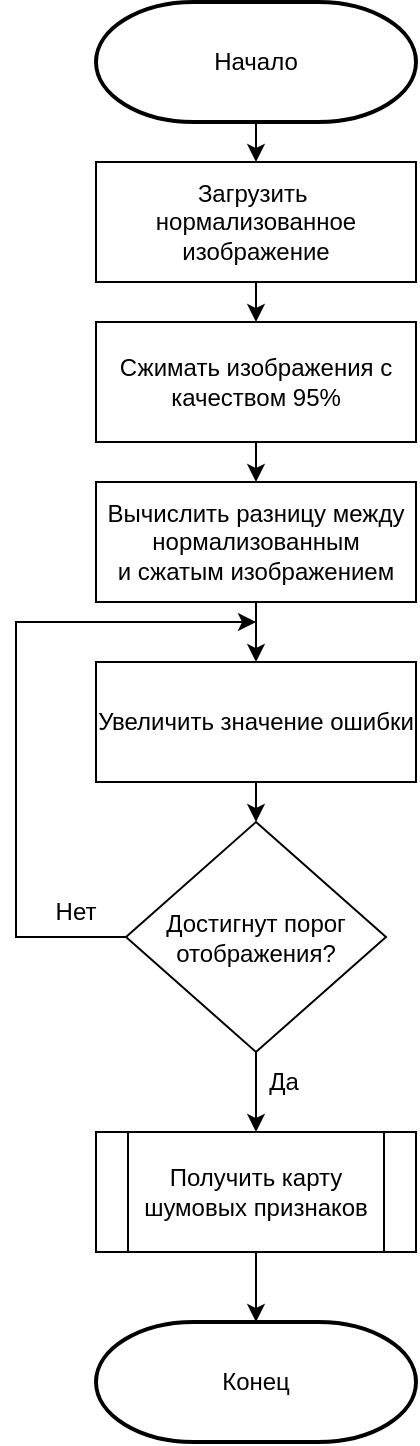
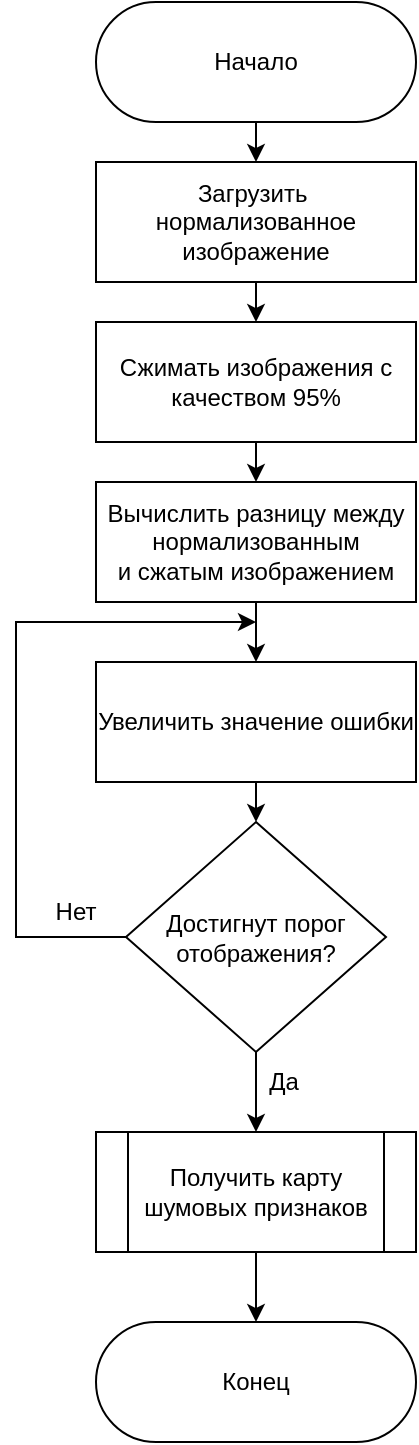
<mxfile host="app.diagrams.net" pages="8">
  <diagram name="Page-1" id="5f_jr6UWxS-_6FZO3qs_">
-     <mxGraphModel dx="642" dy="377" grid="1" gridSize="10" guides="1" tooltips="1" connect="1" arrows="1" fold="1" page="1" pageScale="1" pageWidth="827" pageHeight="1169" math="0" shadow="0">
+     <mxGraphModel dx="1355" dy="833" grid="1" gridSize="10" guides="1" tooltips="1" connect="1" arrows="1" fold="1" page="1" pageScale="1" pageWidth="827" pageHeight="1169" math="0" shadow="0">
      <root>
        <mxCell id="0" />
        <mxCell id="1" parent="0" />
-         <mxCell id="iaA5_6DPOr1e64id2T_v-5" edge="1" parent="1" source="iaA5_6DPOr1e64id2T_v-1" style="edgeStyle=orthogonalEdgeStyle;rounded=0;orthogonalLoop=1;jettySize=auto;html=1;exitX=0.5;exitY=1;exitDx=0;exitDy=0;exitPerimeter=0;entryX=0.5;entryY=0;entryDx=0;entryDy=0;">
-           <mxGeometry relative="1" as="geometry">
+         <mxCell id="iaA5_6DPOr1e64id2T_v-5" edge="1" parent="1" style="edgeStyle=orthogonalEdgeStyle;rounded=0;orthogonalLoop=1;jettySize=auto;html=1;exitX=0.5;exitY=1;exitDx=0;exitDy=0;exitPerimeter=0;entryX=0.5;entryY=0;entryDx=0;entryDy=0;">
+           <mxGeometry relative="1" as="geometry">
+             <mxPoint x="400" y="80" as="sourcePoint" />
            <mxPoint x="400" y="100" as="targetPoint" />
          </mxGeometry>
-         </mxCell>
-         <mxCell id="iaA5_6DPOr1e64id2T_v-1" parent="1" style="strokeWidth=2;html=1;shape=mxgraph.flowchart.terminator;whiteSpace=wrap;" value="Начало" vertex="1">
-           <mxGeometry height="60" width="160" x="320" y="20" as="geometry" />
-         </mxCell>
-         <mxCell id="iaA5_6DPOr1e64id2T_v-2" parent="1" style="strokeWidth=2;html=1;shape=mxgraph.flowchart.terminator;whiteSpace=wrap;" value="Конец" vertex="1">
-           <mxGeometry height="60" width="160" x="320" y="680" as="geometry" />
        </mxCell>
        <mxCell id="iaA5_6DPOr1e64id2T_v-11" edge="1" parent="1" style="edgeStyle=orthogonalEdgeStyle;rounded=0;orthogonalLoop=1;jettySize=auto;html=1;exitX=0.5;exitY=1;exitDx=0;exitDy=0;entryX=0.5;entryY=0;entryDx=0;entryDy=0;" target="iaA5_6DPOr1e64id2T_v-6">
          <mxGeometry relative="1" as="geometry">
            <mxPoint x="400" y="160" as="sourcePoint" />
          </mxGeometry>
        </mxCell>
        <mxCell id="iaA5_6DPOr1e64id2T_v-12" edge="1" parent="1" source="iaA5_6DPOr1e64id2T_v-6" style="edgeStyle=orthogonalEdgeStyle;rounded=0;orthogonalLoop=1;jettySize=auto;html=1;exitX=0.5;exitY=1;exitDx=0;exitDy=0;entryX=0.5;entryY=0;entryDx=0;entryDy=0;" target="iaA5_6DPOr1e64id2T_v-7">
          <mxGeometry relative="1" as="geometry" />
        </mxCell>
        <mxCell id="iaA5_6DPOr1e64id2T_v-6" parent="1" style="rounded=0;whiteSpace=wrap;html=1;" value="Сжимать изображения с качеством 95%" vertex="1">
          <mxGeometry height="60" width="160" x="320" y="180" as="geometry" />
        </mxCell>
        <mxCell id="iaA5_6DPOr1e64id2T_v-13" edge="1" parent="1" source="iaA5_6DPOr1e64id2T_v-7" style="edgeStyle=orthogonalEdgeStyle;rounded=0;orthogonalLoop=1;jettySize=auto;html=1;exitX=0.5;exitY=1;exitDx=0;exitDy=0;entryX=0.5;entryY=0;entryDx=0;entryDy=0;" target="iaA5_6DPOr1e64id2T_v-8">
          <mxGeometry relative="1" as="geometry" />
        </mxCell>
        <mxCell id="iaA5_6DPOr1e64id2T_v-7" parent="1" style="rounded=0;whiteSpace=wrap;html=1;" value="Вычислить разницу между нормализованным и&amp;nbsp;сжатым изображением" vertex="1">
          <mxGeometry height="60" width="160" x="320" y="260" as="geometry" />
        </mxCell>
        <mxCell id="iaA5_6DPOr1e64id2T_v-14" edge="1" parent="1" source="iaA5_6DPOr1e64id2T_v-8" style="edgeStyle=orthogonalEdgeStyle;rounded=0;orthogonalLoop=1;jettySize=auto;html=1;exitX=0.5;exitY=1;exitDx=0;exitDy=0;entryX=0.5;entryY=0;entryDx=0;entryDy=0;" target="iaA5_6DPOr1e64id2T_v-9">
          <mxGeometry relative="1" as="geometry" />
        </mxCell>
        <mxCell id="iaA5_6DPOr1e64id2T_v-8" parent="1" style="rounded=0;whiteSpace=wrap;html=1;" value="Увеличить значение ошибки" vertex="1">
          <mxGeometry height="60" width="160" x="320" y="350" as="geometry" />
        </mxCell>
        <mxCell id="fFi83JusMAsFYEfJsfWx-3" edge="1" parent="1" source="iaA5_6DPOr1e64id2T_v-9" style="edgeStyle=orthogonalEdgeStyle;rounded=0;orthogonalLoop=1;jettySize=auto;html=1;exitX=0;exitY=0.5;exitDx=0;exitDy=0;">
          <mxGeometry relative="1" as="geometry">
            <Array as="points">
              <mxPoint x="280" y="488" />
              <mxPoint x="280" y="330" />
              <mxPoint x="400" y="330" />
            </Array>
            <mxPoint x="400" y="330" as="targetPoint" />
          </mxGeometry>
        </mxCell>
        <mxCell id="_60QoEdE0RUo_zQ3NTjl-1" edge="1" parent="1" source="iaA5_6DPOr1e64id2T_v-9" style="edgeStyle=orthogonalEdgeStyle;rounded=0;orthogonalLoop=1;jettySize=auto;html=1;entryX=0.5;entryY=0;entryDx=0;entryDy=0;" target="MfZH6rPEgTCvWtTArBNZ-2" value="">
          <mxGeometry relative="1" as="geometry">
            <mxPoint x="400" y="570" as="targetPoint" />
          </mxGeometry>
        </mxCell>
        <mxCell id="iaA5_6DPOr1e64id2T_v-9" parent="1" style="rhombus;whiteSpace=wrap;html=1;" value="Достигнут порог отображения?" vertex="1">
          <mxGeometry height="115" width="130" x="335" y="430" as="geometry" />
        </mxCell>
-         <mxCell id="iaA5_6DPOr1e64id2T_v-16" edge="1" parent="1" source="MfZH6rPEgTCvWtTArBNZ-2" style="edgeStyle=orthogonalEdgeStyle;rounded=0;orthogonalLoop=1;jettySize=auto;html=1;exitX=0.5;exitY=1;exitDx=0;exitDy=0;entryX=0.5;entryY=0;entryDx=0;entryDy=0;entryPerimeter=0;" target="iaA5_6DPOr1e64id2T_v-2">
+         <mxCell id="iaA5_6DPOr1e64id2T_v-16" edge="1" parent="1" source="MfZH6rPEgTCvWtTArBNZ-2" style="edgeStyle=orthogonalEdgeStyle;rounded=0;orthogonalLoop=1;jettySize=auto;html=1;exitX=0.5;exitY=1;exitDx=0;exitDy=0;entryX=0.5;entryY=0;entryDx=0;entryDy=0;entryPerimeter=0;">
          <mxGeometry relative="1" as="geometry">
            <mxPoint x="400" y="615" as="sourcePoint" />
+             <mxPoint x="400" y="680" as="targetPoint" />
          </mxGeometry>
        </mxCell>
        <mxCell id="_60QoEdE0RUo_zQ3NTjl-2" parent="1" style="text;html=1;whiteSpace=wrap;strokeColor=none;fillColor=none;align=center;verticalAlign=middle;rounded=0;" value="Да" vertex="1">
          <mxGeometry height="30" width="60" x="384" y="545" as="geometry" />
        </mxCell>
        <mxCell id="_60QoEdE0RUo_zQ3NTjl-3" parent="1" style="text;html=1;whiteSpace=wrap;strokeColor=none;fillColor=none;align=center;verticalAlign=middle;rounded=0;" value="Нет" vertex="1">
          <mxGeometry height="30" width="60" x="280" y="460" as="geometry" />
        </mxCell>
        <mxCell id="MfZH6rPEgTCvWtTArBNZ-2" parent="1" style="shape=process;whiteSpace=wrap;html=1;backgroundOutline=1;" value="Получить карту шумовых признаков" vertex="1">
          <mxGeometry height="60" width="160" x="320" y="585" as="geometry" />
        </mxCell>
        <mxCell id="MfZH6rPEgTCvWtTArBNZ-3" parent="1" style="rounded=0;whiteSpace=wrap;html=1;" value="&lt;div&gt;Загрузить&amp;nbsp;&lt;/div&gt;&lt;div&gt;нормализованное изображение&lt;/div&gt;" vertex="1">
          <mxGeometry height="60" width="160" x="320" y="100" as="geometry" />
+         </mxCell>
+         <mxCell id="QIiUx6a5Gqa-Aq3_jNdm-4" parent="1" style="rounded=1;whiteSpace=wrap;html=1;arcSize=50;" value="Начало" vertex="1">
+           <mxGeometry height="60" width="160" x="320" y="20" as="geometry" />
+         </mxCell>
+         <mxCell id="QIiUx6a5Gqa-Aq3_jNdm-5" parent="1" style="rounded=1;whiteSpace=wrap;html=1;arcSize=50;" value="Конец" vertex="1">
+           <mxGeometry height="60" width="160" x="320" y="680" as="geometry" />
        </mxCell>
      </root>
    </mxGraphModel>
  </diagram>
  <diagram id="vBK4sfr0m_FmbmRXdi4s" name="Page-2">
    <mxGraphModel dx="2176" dy="791" grid="1" gridSize="10" guides="1" tooltips="1" connect="1" arrows="1" fold="1" page="1" pageScale="1" pageWidth="827" pageHeight="1169" math="0" shadow="0">
      <root>
        <mxCell id="0" />
        <mxCell id="1" parent="0" />
        <mxCell id="5En8AD1KOrPb9QO5nH8u-88" edge="1" parent="1" source="5En8AD1KOrPb9QO5nH8u-56" style="edgeStyle=orthogonalEdgeStyle;rounded=0;orthogonalLoop=1;jettySize=auto;html=1;exitX=1;exitY=0.5;exitDx=0;exitDy=0;entryX=0;entryY=0.5;entryDx=0;entryDy=0;fontFamily=Times New Roman;" target="5En8AD1KOrPb9QO5nH8u-63">
          <mxGeometry relative="1" as="geometry" />
        </mxCell>
        <mxCell id="5En8AD1KOrPb9QO5nH8u-56" parent="1" style="rounded=0;whiteSpace=wrap;html=1;fontFamily=Times New Roman;" value="Блок свертки и уменьшения размерности 1" vertex="1">
          <mxGeometry height="60" width="120" x="20" y="280" as="geometry" />
        </mxCell>
        <mxCell id="5En8AD1KOrPb9QO5nH8u-89" edge="1" parent="1" source="5En8AD1KOrPb9QO5nH8u-63" style="edgeStyle=orthogonalEdgeStyle;rounded=0;orthogonalLoop=1;jettySize=auto;html=1;exitX=1;exitY=0.5;exitDx=0;exitDy=0;fontFamily=Times New Roman;" target="5En8AD1KOrPb9QO5nH8u-64">
          <mxGeometry relative="1" as="geometry" />
        </mxCell>
        <mxCell id="5En8AD1KOrPb9QO5nH8u-63" parent="1" style="rounded=0;whiteSpace=wrap;html=1;fontFamily=Times New Roman;" value="Блок свертки и уменьшения размерности 2" vertex="1">
          <mxGeometry height="60" width="120" x="170" y="280" as="geometry" />
        </mxCell>
        <mxCell id="5En8AD1KOrPb9QO5nH8u-90" edge="1" parent="1" source="5En8AD1KOrPb9QO5nH8u-64" style="edgeStyle=orthogonalEdgeStyle;rounded=0;orthogonalLoop=1;jettySize=auto;html=1;exitX=1;exitY=0.5;exitDx=0;exitDy=0;entryX=0;entryY=0.5;entryDx=0;entryDy=0;fontFamily=Times New Roman;" target="5En8AD1KOrPb9QO5nH8u-65">
          <mxGeometry relative="1" as="geometry" />
        </mxCell>
        <mxCell id="5En8AD1KOrPb9QO5nH8u-64" parent="1" style="rounded=0;whiteSpace=wrap;html=1;fontFamily=Times New Roman;" value="Блок свертки и уменьшения размерности 3" vertex="1">
          <mxGeometry height="60" width="120" x="320" y="280" as="geometry" />
        </mxCell>
        <mxCell id="5En8AD1KOrPb9QO5nH8u-91" edge="1" parent="1" source="5En8AD1KOrPb9QO5nH8u-65" style="edgeStyle=orthogonalEdgeStyle;rounded=0;orthogonalLoop=1;jettySize=auto;html=1;exitX=1;exitY=0.5;exitDx=0;exitDy=0;entryX=0;entryY=0.5;entryDx=0;entryDy=0;fontFamily=Times New Roman;" target="5En8AD1KOrPb9QO5nH8u-71">
          <mxGeometry relative="1" as="geometry" />
        </mxCell>
        <mxCell id="5En8AD1KOrPb9QO5nH8u-65" parent="1" style="rounded=0;whiteSpace=wrap;html=1;fontFamily=Times New Roman;" value="Блок свертки и уменьшения размерности 4" vertex="1">
          <mxGeometry height="60" width="120" x="470" y="280" as="geometry" />
        </mxCell>
        <mxCell id="5En8AD1KOrPb9QO5nH8u-81" edge="1" parent="1" source="5En8AD1KOrPb9QO5nH8u-66" style="edgeStyle=orthogonalEdgeStyle;rounded=0;orthogonalLoop=1;jettySize=auto;html=1;exitX=1;exitY=0.5;exitDx=0;exitDy=0;entryX=0;entryY=0.5;entryDx=0;entryDy=0;fontFamily=Times New Roman;" target="5En8AD1KOrPb9QO5nH8u-67">
          <mxGeometry relative="1" as="geometry" />
        </mxCell>
        <mxCell id="5En8AD1KOrPb9QO5nH8u-85" edge="1" parent="1" source="5En8AD1KOrPb9QO5nH8u-66" style="edgeStyle=orthogonalEdgeStyle;rounded=0;orthogonalLoop=1;jettySize=auto;html=1;exitX=1;exitY=0.5;exitDx=0;exitDy=0;entryX=0.5;entryY=0;entryDx=0;entryDy=0;fontFamily=Times New Roman;" target="5En8AD1KOrPb9QO5nH8u-76">
          <mxGeometry relative="1" as="geometry">
            <Array as="points">
              <mxPoint x="150" y="100" />
            </Array>
          </mxGeometry>
        </mxCell>
        <mxCell id="5En8AD1KOrPb9QO5nH8u-66" parent="1" style="rounded=0;whiteSpace=wrap;html=1;fontFamily=Times New Roman;" value="Блок свертки и уменьшения размерности 1" vertex="1">
          <mxGeometry height="60" width="120" x="20" y="70" as="geometry" />
        </mxCell>
        <mxCell id="5En8AD1KOrPb9QO5nH8u-82" edge="1" parent="1" source="5En8AD1KOrPb9QO5nH8u-67" style="edgeStyle=orthogonalEdgeStyle;rounded=0;orthogonalLoop=1;jettySize=auto;html=1;exitX=1;exitY=0.5;exitDx=0;exitDy=0;entryX=0;entryY=0.5;entryDx=0;entryDy=0;fontFamily=Times New Roman;" target="5En8AD1KOrPb9QO5nH8u-68">
          <mxGeometry relative="1" as="geometry" />
        </mxCell>
        <mxCell id="5En8AD1KOrPb9QO5nH8u-86" edge="1" parent="1" source="5En8AD1KOrPb9QO5nH8u-67" style="edgeStyle=orthogonalEdgeStyle;rounded=0;orthogonalLoop=1;jettySize=auto;html=1;exitX=1;exitY=0.5;exitDx=0;exitDy=0;entryX=0.5;entryY=0;entryDx=0;entryDy=0;fontFamily=Times New Roman;" target="5En8AD1KOrPb9QO5nH8u-78">
          <mxGeometry relative="1" as="geometry">
            <Array as="points">
              <mxPoint x="300" y="100" />
            </Array>
          </mxGeometry>
        </mxCell>
        <mxCell id="5En8AD1KOrPb9QO5nH8u-67" parent="1" style="rounded=0;whiteSpace=wrap;html=1;fontFamily=Times New Roman;" value="Блок свертки и уменьшения размерности 2" vertex="1">
          <mxGeometry height="60" width="120" x="170" y="70" as="geometry" />
        </mxCell>
        <mxCell id="5En8AD1KOrPb9QO5nH8u-83" edge="1" parent="1" source="5En8AD1KOrPb9QO5nH8u-68" style="edgeStyle=orthogonalEdgeStyle;rounded=0;orthogonalLoop=1;jettySize=auto;html=1;exitX=1;exitY=0.5;exitDx=0;exitDy=0;entryX=0;entryY=0.5;entryDx=0;entryDy=0;fontFamily=Times New Roman;" target="5En8AD1KOrPb9QO5nH8u-69">
          <mxGeometry relative="1" as="geometry" />
        </mxCell>
        <mxCell id="5En8AD1KOrPb9QO5nH8u-87" edge="1" parent="1" source="5En8AD1KOrPb9QO5nH8u-68" style="edgeStyle=orthogonalEdgeStyle;rounded=0;orthogonalLoop=1;jettySize=auto;html=1;exitX=1;exitY=0.5;exitDx=0;exitDy=0;fontFamily=Times New Roman;" target="5En8AD1KOrPb9QO5nH8u-79">
          <mxGeometry relative="1" as="geometry">
            <Array as="points">
              <mxPoint x="450" y="100" />
            </Array>
          </mxGeometry>
        </mxCell>
        <mxCell id="5En8AD1KOrPb9QO5nH8u-68" parent="1" style="rounded=0;whiteSpace=wrap;html=1;fontFamily=Times New Roman;" value="Блок свертки и уменьшения размерности 3" vertex="1">
          <mxGeometry height="60" width="120" x="320" y="70" as="geometry" />
        </mxCell>
        <mxCell id="5En8AD1KOrPb9QO5nH8u-84" edge="1" parent="1" source="5En8AD1KOrPb9QO5nH8u-69" style="edgeStyle=orthogonalEdgeStyle;rounded=0;orthogonalLoop=1;jettySize=auto;html=1;exitX=1;exitY=0.5;exitDx=0;exitDy=0;entryX=0.5;entryY=0;entryDx=0;entryDy=0;fontFamily=Times New Roman;" target="5En8AD1KOrPb9QO5nH8u-80">
          <mxGeometry relative="1" as="geometry" />
        </mxCell>
        <mxCell id="5En8AD1KOrPb9QO5nH8u-69" parent="1" style="rounded=0;whiteSpace=wrap;html=1;fontFamily=Times New Roman;" value="Блок свертки и уменьшения размерности 4" vertex="1">
          <mxGeometry height="60" width="120" x="470" y="70" as="geometry" />
        </mxCell>
        <mxCell id="5En8AD1KOrPb9QO5nH8u-115" edge="1" parent="1" source="5En8AD1KOrPb9QO5nH8u-71" style="edgeStyle=orthogonalEdgeStyle;rounded=0;orthogonalLoop=1;jettySize=auto;html=1;exitX=1;exitY=0.5;exitDx=0;exitDy=0;entryX=1;entryY=0.5;entryDx=0;entryDy=0;" target="5En8AD1KOrPb9QO5nH8u-77">
          <mxGeometry relative="1" as="geometry" />
        </mxCell>
        <mxCell id="5En8AD1KOrPb9QO5nH8u-71" parent="1" style="rounded=0;whiteSpace=wrap;html=1;fontFamily=Times New Roman;" value="Блок свертки и увеличения размерности 1" vertex="1">
          <mxGeometry height="60" width="120" x="630" y="280" as="geometry" />
        </mxCell>
        <mxCell id="5En8AD1KOrPb9QO5nH8u-95" edge="1" parent="1" source="5En8AD1KOrPb9QO5nH8u-76" style="edgeStyle=orthogonalEdgeStyle;rounded=0;orthogonalLoop=1;jettySize=auto;html=1;exitX=0.5;exitY=1;exitDx=0;exitDy=0;entryX=0;entryY=0.5;entryDx=0;entryDy=0;fontFamily=Times New Roman;" target="5En8AD1KOrPb9QO5nH8u-63">
          <mxGeometry relative="1" as="geometry" />
        </mxCell>
        <mxCell id="5En8AD1KOrPb9QO5nH8u-76" parent="1" style="rounded=0;whiteSpace=wrap;html=1;fontFamily=Times New Roman;" value="Слой адаптации&amp;nbsp; признаков" vertex="1">
          <mxGeometry height="60" width="120" x="90" y="170" as="geometry" />
        </mxCell>
        <mxCell id="5En8AD1KOrPb9QO5nH8u-117" edge="1" parent="1" source="5En8AD1KOrPb9QO5nH8u-77" style="edgeStyle=orthogonalEdgeStyle;rounded=0;orthogonalLoop=1;jettySize=auto;html=1;exitX=0;exitY=0.5;exitDx=0;exitDy=0;entryX=1;entryY=0.5;entryDx=0;entryDy=0;" target="5En8AD1KOrPb9QO5nH8u-101">
          <mxGeometry relative="1" as="geometry" />
        </mxCell>
        <mxCell id="5En8AD1KOrPb9QO5nH8u-77" parent="1" style="rounded=0;whiteSpace=wrap;html=1;fontFamily=Times New Roman;" value="Слой внимания" vertex="1">
          <mxGeometry height="60" width="120" x="630" y="390" as="geometry" />
        </mxCell>
        <mxCell id="5En8AD1KOrPb9QO5nH8u-96" edge="1" parent="1" source="5En8AD1KOrPb9QO5nH8u-78" style="edgeStyle=orthogonalEdgeStyle;rounded=0;orthogonalLoop=1;jettySize=auto;html=1;exitX=0.5;exitY=1;exitDx=0;exitDy=0;entryX=0;entryY=0.5;entryDx=0;entryDy=0;fontFamily=Times New Roman;" target="5En8AD1KOrPb9QO5nH8u-64">
          <mxGeometry relative="1" as="geometry" />
        </mxCell>
        <mxCell id="5En8AD1KOrPb9QO5nH8u-78" parent="1" style="rounded=0;whiteSpace=wrap;html=1;fontFamily=Times New Roman;" value="Слой адаптации&amp;nbsp; признаков" vertex="1">
          <mxGeometry height="60" width="120" x="240" y="170" as="geometry" />
        </mxCell>
        <mxCell id="5En8AD1KOrPb9QO5nH8u-97" edge="1" parent="1" source="5En8AD1KOrPb9QO5nH8u-79" style="edgeStyle=orthogonalEdgeStyle;rounded=0;orthogonalLoop=1;jettySize=auto;html=1;exitX=0.5;exitY=1;exitDx=0;exitDy=0;entryX=0;entryY=0.5;entryDx=0;entryDy=0;fontFamily=Times New Roman;" target="5En8AD1KOrPb9QO5nH8u-65">
          <mxGeometry relative="1" as="geometry" />
        </mxCell>
        <mxCell id="5En8AD1KOrPb9QO5nH8u-79" parent="1" style="rounded=0;whiteSpace=wrap;html=1;fontFamily=Times New Roman;" value="Слой адаптации&amp;nbsp; признаков" vertex="1">
          <mxGeometry height="60" width="120" x="390" y="170" as="geometry" />
        </mxCell>
        <mxCell id="5En8AD1KOrPb9QO5nH8u-98" edge="1" parent="1" source="5En8AD1KOrPb9QO5nH8u-80" style="edgeStyle=orthogonalEdgeStyle;rounded=0;orthogonalLoop=1;jettySize=auto;html=1;exitX=0.5;exitY=1;exitDx=0;exitDy=0;entryX=0;entryY=0.5;entryDx=0;entryDy=0;fontFamily=Times New Roman;" target="5En8AD1KOrPb9QO5nH8u-71">
          <mxGeometry relative="1" as="geometry" />
        </mxCell>
        <mxCell id="5En8AD1KOrPb9QO5nH8u-80" parent="1" style="rounded=0;whiteSpace=wrap;html=1;fontFamily=Times New Roman;" value="Слой адаптации&amp;nbsp; признаков" vertex="1">
          <mxGeometry height="60" width="120" x="550" y="170" as="geometry" />
        </mxCell>
        <mxCell id="5En8AD1KOrPb9QO5nH8u-118" edge="1" parent="1" source="5En8AD1KOrPb9QO5nH8u-101" style="edgeStyle=orthogonalEdgeStyle;rounded=0;orthogonalLoop=1;jettySize=auto;html=1;exitX=0;exitY=0.5;exitDx=0;exitDy=0;entryX=1;entryY=0.5;entryDx=0;entryDy=0;" target="5En8AD1KOrPb9QO5nH8u-102">
          <mxGeometry relative="1" as="geometry" />
        </mxCell>
        <mxCell id="5En8AD1KOrPb9QO5nH8u-101" parent="1" style="rounded=0;whiteSpace=wrap;html=1;fontFamily=Times New Roman;" value="Блок свертки и увеличения размерности 2" vertex="1">
          <mxGeometry height="60" width="120" x="470" y="390" as="geometry" />
        </mxCell>
        <mxCell id="5En8AD1KOrPb9QO5nH8u-119" edge="1" parent="1" source="5En8AD1KOrPb9QO5nH8u-102" style="edgeStyle=orthogonalEdgeStyle;rounded=0;orthogonalLoop=1;jettySize=auto;html=1;exitX=0;exitY=0.5;exitDx=0;exitDy=0;entryX=1;entryY=0.5;entryDx=0;entryDy=0;" target="5En8AD1KOrPb9QO5nH8u-107">
          <mxGeometry relative="1" as="geometry" />
        </mxCell>
        <mxCell id="5En8AD1KOrPb9QO5nH8u-102" parent="1" style="rounded=0;whiteSpace=wrap;html=1;fontFamily=Times New Roman;" value="Слой внимания" vertex="1">
          <mxGeometry height="60" width="120" x="320" y="390" as="geometry" />
        </mxCell>
        <mxCell id="5En8AD1KOrPb9QO5nH8u-104" parent="1" style="rounded=0;whiteSpace=wrap;html=1;fontFamily=Times New Roman;" value="Блок свертки и увеличения размерности 4" vertex="1">
          <mxGeometry height="60" width="120" x="-130" y="390" as="geometry" />
        </mxCell>
        <mxCell id="5En8AD1KOrPb9QO5nH8u-120" edge="1" parent="1" source="5En8AD1KOrPb9QO5nH8u-107" style="edgeStyle=orthogonalEdgeStyle;rounded=0;orthogonalLoop=1;jettySize=auto;html=1;exitX=0;exitY=0.5;exitDx=0;exitDy=0;entryX=1;entryY=0.5;entryDx=0;entryDy=0;" target="5En8AD1KOrPb9QO5nH8u-108">
          <mxGeometry relative="1" as="geometry" />
        </mxCell>
        <mxCell id="5En8AD1KOrPb9QO5nH8u-107" parent="1" style="rounded=0;whiteSpace=wrap;html=1;fontFamily=Times New Roman;" value="Блок свертки и увеличения размерности 3" vertex="1">
          <mxGeometry height="60" width="120" x="170" y="390" as="geometry" />
        </mxCell>
        <mxCell id="5En8AD1KOrPb9QO5nH8u-121" edge="1" parent="1" source="5En8AD1KOrPb9QO5nH8u-108" style="edgeStyle=orthogonalEdgeStyle;rounded=0;orthogonalLoop=1;jettySize=auto;html=1;exitX=0;exitY=0.5;exitDx=0;exitDy=0;entryX=1;entryY=0.5;entryDx=0;entryDy=0;" target="5En8AD1KOrPb9QO5nH8u-104">
          <mxGeometry relative="1" as="geometry" />
        </mxCell>
        <mxCell id="5En8AD1KOrPb9QO5nH8u-108" parent="1" style="rounded=0;whiteSpace=wrap;html=1;fontFamily=Times New Roman;" value="Слой внимания" vertex="1">
          <mxGeometry height="60" width="120" x="20" y="390" as="geometry" />
        </mxCell>
        <mxCell id="5En8AD1KOrPb9QO5nH8u-114" edge="1" parent="1" source="5En8AD1KOrPb9QO5nH8u-112" style="edgeStyle=orthogonalEdgeStyle;rounded=0;orthogonalLoop=1;jettySize=auto;html=1;exitX=1;exitY=0.5;exitDx=0;exitDy=0;entryX=0;entryY=0.5;entryDx=0;entryDy=0;fontFamily=Times New Roman;" target="5En8AD1KOrPb9QO5nH8u-66">
          <mxGeometry relative="1" as="geometry" />
        </mxCell>
        <mxCell id="5En8AD1KOrPb9QO5nH8u-112" parent="1" style="rounded=0;whiteSpace=wrap;html=1;fontFamily=Times New Roman;" value="Карта шумовых признаков" vertex="1">
          <mxGeometry height="60" width="120" x="-130" y="70" as="geometry" />
        </mxCell>
        <mxCell id="5En8AD1KOrPb9QO5nH8u-122" edge="1" parent="1" source="5En8AD1KOrPb9QO5nH8u-113" style="edgeStyle=orthogonalEdgeStyle;rounded=0;orthogonalLoop=1;jettySize=auto;html=1;exitX=1;exitY=0.5;exitDx=0;exitDy=0;entryX=0;entryY=0.5;entryDx=0;entryDy=0;" target="5En8AD1KOrPb9QO5nH8u-56">
          <mxGeometry relative="1" as="geometry" />
        </mxCell>
        <mxCell id="5En8AD1KOrPb9QO5nH8u-113" parent="1" style="rounded=0;whiteSpace=wrap;html=1;fontFamily=Times New Roman;" value="&lt;font&gt;Нормализованное изображение&lt;/font&gt;" vertex="1">
          <mxGeometry height="60" width="120" x="-130" y="280" as="geometry" />
        </mxCell>
      </root>
    </mxGraphModel>
  </diagram>
  <diagram id="dG1jrrxaN2A1gfcEhgiB" name="Page-3">
    <mxGraphModel dx="1349" dy="791" grid="1" gridSize="10" guides="1" tooltips="1" connect="1" arrows="1" fold="1" page="1" pageScale="1" pageWidth="827" pageHeight="1169" math="0" shadow="0">
      <root>
        <mxCell id="0" />
        <mxCell id="1" parent="0" />
        <mxCell id="o_qyWmwgwMEGPiieuGuZ-1" edge="1" parent="1" source="hzz-tcN2lzBQxe9KuyDl-1" style="edgeStyle=orthogonalEdgeStyle;rounded=0;orthogonalLoop=1;jettySize=auto;html=1;exitX=0.5;exitY=1;exitDx=0;exitDy=0;entryX=0.5;entryY=0;entryDx=0;entryDy=0;" target="hzz-tcN2lzBQxe9KuyDl-2">
          <mxGeometry relative="1" as="geometry" />
        </mxCell>
        <mxCell id="hzz-tcN2lzBQxe9KuyDl-1" parent="1" style="rounded=0;whiteSpace=wrap;html=1;fontFamily=Times New Roman;" value="Слой сверки" vertex="1">
          <mxGeometry height="60" width="120" x="100" y="160" as="geometry" />
        </mxCell>
        <mxCell id="o_qyWmwgwMEGPiieuGuZ-2" edge="1" parent="1" source="hzz-tcN2lzBQxe9KuyDl-2" style="edgeStyle=orthogonalEdgeStyle;rounded=0;orthogonalLoop=1;jettySize=auto;html=1;exitX=0.5;exitY=1;exitDx=0;exitDy=0;entryX=0.5;entryY=0;entryDx=0;entryDy=0;" target="hzz-tcN2lzBQxe9KuyDl-3">
          <mxGeometry relative="1" as="geometry" />
        </mxCell>
        <mxCell id="hzz-tcN2lzBQxe9KuyDl-2" parent="1" style="rounded=0;whiteSpace=wrap;html=1;fontFamily=Times New Roman;" value="Слой нормализации" vertex="1">
          <mxGeometry height="60" width="120" x="100" y="250" as="geometry" />
        </mxCell>
        <mxCell id="hzz-tcN2lzBQxe9KuyDl-3" parent="1" style="rounded=0;whiteSpace=wrap;html=1;fontFamily=Times New Roman;" value="Слой ReLU" vertex="1">
          <mxGeometry height="60" width="120" x="100" y="340" as="geometry" />
        </mxCell>
      </root>
    </mxGraphModel>
  </diagram>
  <diagram id="mq507-jpx9ZyFZJN3EKq" name="Page-4">
    <mxGraphModel dx="1349" dy="791" grid="1" gridSize="10" guides="1" tooltips="1" connect="1" arrows="1" fold="1" page="1" pageScale="1" pageWidth="827" pageHeight="1169" math="0" shadow="0">
      <root>
        <mxCell id="0" />
        <mxCell id="1" parent="0" />
        <mxCell id="TZHakx-o-ntEvom0SSXh-1" edge="1" parent="1" source="O1TxpvQs4nKPBtjU-Hzh-2" style="edgeStyle=orthogonalEdgeStyle;rounded=0;orthogonalLoop=1;jettySize=auto;html=1;exitX=0.5;exitY=1;exitDx=0;exitDy=0;entryX=0.5;entryY=0;entryDx=0;entryDy=0;" target="O1TxpvQs4nKPBtjU-Hzh-4">
          <mxGeometry relative="1" as="geometry" />
        </mxCell>
        <mxCell id="O1TxpvQs4nKPBtjU-Hzh-2" parent="1" style="rounded=0;whiteSpace=wrap;html=1;fontFamily=Times New Roman;" value="Слой сверки" vertex="1">
          <mxGeometry height="60" width="120" x="90" y="170" as="geometry" />
        </mxCell>
        <mxCell id="TZHakx-o-ntEvom0SSXh-2" edge="1" parent="1" source="O1TxpvQs4nKPBtjU-Hzh-4" style="edgeStyle=orthogonalEdgeStyle;rounded=0;orthogonalLoop=1;jettySize=auto;html=1;exitX=0.5;exitY=1;exitDx=0;exitDy=0;entryX=0.5;entryY=0;entryDx=0;entryDy=0;" target="O1TxpvQs4nKPBtjU-Hzh-6">
          <mxGeometry relative="1" as="geometry" />
        </mxCell>
        <mxCell id="O1TxpvQs4nKPBtjU-Hzh-4" parent="1" style="rounded=0;whiteSpace=wrap;html=1;fontFamily=Times New Roman;" value="Слой нормализации" vertex="1">
          <mxGeometry height="60" width="120" x="90" y="260" as="geometry" />
        </mxCell>
        <mxCell id="TZHakx-o-ntEvom0SSXh-3" edge="1" parent="1" source="O1TxpvQs4nKPBtjU-Hzh-6" style="edgeStyle=orthogonalEdgeStyle;rounded=0;orthogonalLoop=1;jettySize=auto;html=1;exitX=0.5;exitY=1;exitDx=0;exitDy=0;entryX=0.5;entryY=0;entryDx=0;entryDy=0;" target="O1TxpvQs4nKPBtjU-Hzh-7">
          <mxGeometry relative="1" as="geometry" />
        </mxCell>
        <mxCell id="O1TxpvQs4nKPBtjU-Hzh-6" parent="1" style="rounded=0;whiteSpace=wrap;html=1;fontFamily=Times New Roman;" value="Слой ReLU" vertex="1">
          <mxGeometry height="60" width="120" x="90" y="350" as="geometry" />
        </mxCell>
        <mxCell id="O1TxpvQs4nKPBtjU-Hzh-7" parent="1" style="rounded=0;whiteSpace=wrap;html=1;fontFamily=Times New Roman;" value="Слои увеличения размерности" vertex="1">
          <mxGeometry height="60" width="120" x="90" y="440" as="geometry" />
        </mxCell>
      </root>
    </mxGraphModel>
  </diagram>
  <diagram id="cqXebNoClnJQszQjGE8H" name="Page-5">
    <mxGraphModel dx="1349" dy="791" grid="1" gridSize="10" guides="1" tooltips="1" connect="1" arrows="1" fold="1" page="1" pageScale="1" pageWidth="827" pageHeight="1169" math="0" shadow="0">
      <root>
        <mxCell id="0" />
        <mxCell id="1" parent="0" />
        <mxCell id="mnYN3H2kunmzv5OjwXdr-5" edge="1" parent="1" source="mnYN3H2kunmzv5OjwXdr-1" style="edgeStyle=orthogonalEdgeStyle;rounded=0;orthogonalLoop=1;jettySize=auto;html=1;exitX=0.5;exitY=1;exitDx=0;exitDy=0;entryX=0.5;entryY=0;entryDx=0;entryDy=0;fontFamily=Times New Roman;" target="mnYN3H2kunmzv5OjwXdr-2">
          <mxGeometry relative="1" as="geometry" />
        </mxCell>
        <mxCell id="mnYN3H2kunmzv5OjwXdr-8" edge="1" parent="1" source="mnYN3H2kunmzv5OjwXdr-1" style="edgeStyle=orthogonalEdgeStyle;rounded=0;orthogonalLoop=1;jettySize=auto;html=1;exitX=0.5;exitY=1;exitDx=0;exitDy=0;">
          <mxGeometry relative="1" as="geometry">
            <Array as="points">
              <mxPoint x="170" y="190" />
              <mxPoint x="250" y="190" />
              <mxPoint x="250" y="300" />
              <mxPoint x="170" y="300" />
            </Array>
            <mxPoint x="170" y="300" as="targetPoint" />
          </mxGeometry>
        </mxCell>
        <mxCell id="mnYN3H2kunmzv5OjwXdr-1" parent="1" style="rounded=0;whiteSpace=wrap;html=1;fontFamily=Times New Roman;" value="Входные" vertex="1">
          <mxGeometry height="60" width="120" x="110" y="110" as="geometry" />
        </mxCell>
        <mxCell id="mnYN3H2kunmzv5OjwXdr-6" edge="1" parent="1" source="mnYN3H2kunmzv5OjwXdr-2" style="edgeStyle=orthogonalEdgeStyle;rounded=0;orthogonalLoop=1;jettySize=auto;html=1;exitX=0.5;exitY=1;exitDx=0;exitDy=0;entryX=0.5;entryY=0;entryDx=0;entryDy=0;fontFamily=Times New Roman;" target="mnYN3H2kunmzv5OjwXdr-3">
          <mxGeometry relative="1" as="geometry" />
        </mxCell>
        <mxCell id="mnYN3H2kunmzv5OjwXdr-2" parent="1" style="rounded=0;whiteSpace=wrap;html=1;fontFamily=Times New Roman;" value="Сверки и ReLU" vertex="1">
          <mxGeometry height="60" width="120" x="110" y="220" as="geometry" />
        </mxCell>
        <mxCell id="mnYN3H2kunmzv5OjwXdr-7" edge="1" parent="1" source="mnYN3H2kunmzv5OjwXdr-3" style="edgeStyle=orthogonalEdgeStyle;rounded=0;orthogonalLoop=1;jettySize=auto;html=1;exitX=0.5;exitY=1;exitDx=0;exitDy=0;fontFamily=Times New Roman;" target="mnYN3H2kunmzv5OjwXdr-4">
          <mxGeometry relative="1" as="geometry" />
        </mxCell>
        <mxCell id="mnYN3H2kunmzv5OjwXdr-3" parent="1" style="rounded=0;whiteSpace=wrap;html=1;fontFamily=Times New Roman;" value="Суммирование" vertex="1">
          <mxGeometry height="60" width="120" x="110" y="330" as="geometry" />
        </mxCell>
        <mxCell id="mnYN3H2kunmzv5OjwXdr-4" parent="1" style="rounded=0;whiteSpace=wrap;html=1;fontFamily=Times New Roman;" value="Выходные" vertex="1">
          <mxGeometry height="60" width="120" x="110" y="440" as="geometry" />
        </mxCell>
      </root>
    </mxGraphModel>
  </diagram>
  <diagram id="cUkoDghj4SZj5bQy2U-o" name="Page-6">
-     <mxGraphModel dx="1124" dy="659" grid="1" gridSize="10" guides="1" tooltips="1" connect="1" arrows="1" fold="1" page="1" pageScale="1" pageWidth="827" pageHeight="1169" math="0" shadow="0">
+     <mxGraphModel dx="560" dy="344" grid="1" gridSize="10" guides="1" tooltips="1" connect="1" arrows="1" fold="1" page="1" pageScale="1" pageWidth="827" pageHeight="1169" math="0" shadow="0">
      <root>
        <mxCell id="0" />
        <mxCell id="1" parent="0" />
        <mxCell id="D4vpctv4crs-DTvOOlC4-1" edge="1" parent="1" source="xvzpXfHp3fzpZcdo6WXA-1" style="edgeStyle=orthogonalEdgeStyle;rounded=0;orthogonalLoop=1;jettySize=auto;html=1;exitX=0.5;exitY=1;exitDx=0;exitDy=0;entryX=0.5;entryY=0;entryDx=0;entryDy=0;" target="xvzpXfHp3fzpZcdo6WXA-8">
          <mxGeometry relative="1" as="geometry" />
        </mxCell>
        <mxCell id="za12hYz4z_XyXEl2o-Se-1" edge="1" parent="1" source="xvzpXfHp3fzpZcdo6WXA-1" style="edgeStyle=orthogonalEdgeStyle;rounded=0;orthogonalLoop=1;jettySize=auto;html=1;exitX=0.5;exitY=1;exitDx=0;exitDy=0;entryX=0.5;entryY=0;entryDx=0;entryDy=0;" target="xvzpXfHp3fzpZcdo6WXA-2">
          <mxGeometry relative="1" as="geometry">
            <Array as="points">
              <mxPoint x="75" y="160" />
              <mxPoint x="270" y="160" />
            </Array>
          </mxGeometry>
        </mxCell>
        <mxCell id="xvzpXfHp3fzpZcdo6WXA-1" parent="1" style="rounded=0;whiteSpace=wrap;html=1;fontFamily=Times New Roman;fillColor=none;" value="Входные" vertex="1">
          <mxGeometry height="60" width="130" x="10" y="90" as="geometry" />
        </mxCell>
        <mxCell id="xvzpXfHp3fzpZcdo6WXA-12" edge="1" parent="1" source="xvzpXfHp3fzpZcdo6WXA-2" style="edgeStyle=orthogonalEdgeStyle;rounded=0;orthogonalLoop=1;jettySize=auto;html=1;exitX=0.5;exitY=1;exitDx=0;exitDy=0;entryX=0.5;entryY=0;entryDx=0;entryDy=0;" target="xvzpXfHp3fzpZcdo6WXA-3">
          <mxGeometry relative="1" as="geometry" />
        </mxCell>
        <mxCell id="xvzpXfHp3fzpZcdo6WXA-2" parent="1" style="rounded=0;whiteSpace=wrap;html=1;fontFamily=Times New Roman;fillColor=none;" value="Глобальный пуллинг" vertex="1">
          <mxGeometry height="60" width="120" x="210" y="180" as="geometry" />
        </mxCell>
        <mxCell id="xvzpXfHp3fzpZcdo6WXA-18" edge="1" parent="1" source="xvzpXfHp3fzpZcdo6WXA-3" style="edgeStyle=orthogonalEdgeStyle;rounded=0;orthogonalLoop=1;jettySize=auto;html=1;exitX=0.5;exitY=1;exitDx=0;exitDy=0;entryX=0.5;entryY=0;entryDx=0;entryDy=0;" target="xvzpXfHp3fzpZcdo6WXA-4">
          <mxGeometry relative="1" as="geometry" />
        </mxCell>
        <mxCell id="xvzpXfHp3fzpZcdo6WXA-3" parent="1" style="rounded=0;whiteSpace=wrap;html=1;fontFamily=Times New Roman;fillColor=none;" value="Полносвязный слой" vertex="1">
          <mxGeometry height="60" width="120" x="210" y="260" as="geometry" />
        </mxCell>
        <mxCell id="xvzpXfHp3fzpZcdo6WXA-17" edge="1" parent="1" source="xvzpXfHp3fzpZcdo6WXA-4" style="edgeStyle=orthogonalEdgeStyle;rounded=0;orthogonalLoop=1;jettySize=auto;html=1;exitX=0.5;exitY=1;exitDx=0;exitDy=0;entryX=0.5;entryY=0;entryDx=0;entryDy=0;" target="xvzpXfHp3fzpZcdo6WXA-5">
          <mxGeometry relative="1" as="geometry" />
        </mxCell>
        <mxCell id="xvzpXfHp3fzpZcdo6WXA-4" parent="1" style="rounded=0;whiteSpace=wrap;html=1;fontFamily=Times New Roman;fillColor=none;" value="ReLU" vertex="1">
          <mxGeometry height="60" width="120" x="210" y="340" as="geometry" />
        </mxCell>
        <mxCell id="xvzpXfHp3fzpZcdo6WXA-16" edge="1" parent="1" source="xvzpXfHp3fzpZcdo6WXA-5" style="edgeStyle=orthogonalEdgeStyle;rounded=0;orthogonalLoop=1;jettySize=auto;html=1;exitX=0.5;exitY=1;exitDx=0;exitDy=0;entryX=0.5;entryY=0;entryDx=0;entryDy=0;" target="xvzpXfHp3fzpZcdo6WXA-6">
          <mxGeometry relative="1" as="geometry" />
        </mxCell>
        <mxCell id="xvzpXfHp3fzpZcdo6WXA-5" parent="1" style="rounded=0;whiteSpace=wrap;html=1;fontFamily=Times New Roman;fillColor=none;" value="Полносвязный слой" vertex="1">
          <mxGeometry height="60" width="120" x="210" y="420" as="geometry" />
        </mxCell>
        <mxCell id="za12hYz4z_XyXEl2o-Se-2" edge="1" parent="1" source="xvzpXfHp3fzpZcdo6WXA-6" style="edgeStyle=orthogonalEdgeStyle;rounded=0;orthogonalLoop=1;jettySize=auto;html=1;exitX=0.5;exitY=1;exitDx=0;exitDy=0;">
          <mxGeometry relative="1" as="geometry">
            <Array as="points">
              <mxPoint x="270" y="570" />
              <mxPoint x="170" y="570" />
-               <mxPoint x="170" y="390" />
-             </Array>
-             <mxPoint x="77" y="390" as="targetPoint" />
+               <mxPoint x="170" y="470" />
+             </Array>
+             <mxPoint x="75" y="470" as="targetPoint" />
          </mxGeometry>
        </mxCell>
        <mxCell id="xvzpXfHp3fzpZcdo6WXA-6" parent="1" style="rounded=0;whiteSpace=wrap;html=1;fontFamily=Times New Roman;fillColor=none;" value="&lt;div style=&quot;text-align: start;&quot;&gt;Sigmoid&lt;/div&gt;" vertex="1">
          <mxGeometry height="60" width="120" x="210" y="500" as="geometry" />
        </mxCell>
        <mxCell id="xvzpXfHp3fzpZcdo6WXA-14" edge="1" parent="1" source="xvzpXfHp3fzpZcdo6WXA-8" style="edgeStyle=orthogonalEdgeStyle;rounded=0;orthogonalLoop=1;jettySize=auto;html=1;exitX=0.5;exitY=1;exitDx=0;exitDy=0;entryX=0.5;entryY=0;entryDx=0;entryDy=0;" target="xvzpXfHp3fzpZcdo6WXA-9">
          <mxGeometry relative="1" as="geometry" />
        </mxCell>
        <mxCell id="xvzpXfHp3fzpZcdo6WXA-8" parent="1" style="rounded=0;whiteSpace=wrap;html=1;fontFamily=Times New Roman;fillColor=none;" value="Масштабирование" vertex="1">
-           <mxGeometry height="60" width="120" x="15" y="430" as="geometry" />
+           <mxGeometry height="60" width="120" x="15" y="500" as="geometry" />
        </mxCell>
        <mxCell id="xvzpXfHp3fzpZcdo6WXA-9" parent="1" style="rounded=0;whiteSpace=wrap;html=1;fontFamily=Times New Roman;fillColor=none;" value="Выходные" vertex="1">
-           <mxGeometry height="60" width="120" x="10" y="510" as="geometry" />
+           <mxGeometry height="60" width="120" x="10" y="580" as="geometry" />
        </mxCell>
      </root>
    </mxGraphModel>
  </diagram>
  <diagram id="pmX0nyb4l9BtbDB-tgw6" name="Page-7">
    <mxGraphModel dx="1349" dy="791" grid="1" gridSize="10" guides="1" tooltips="1" connect="1" arrows="1" fold="1" page="1" pageScale="1" pageWidth="827" pageHeight="1169" math="0" shadow="0">
      <root>
        <mxCell id="0" />
        <mxCell id="1" parent="0" />
        <mxCell id="oFjHocYzsXXTZ_MfrEBI-5" edge="1" parent="1" source="oFjHocYzsXXTZ_MfrEBI-1" style="edgeStyle=orthogonalEdgeStyle;rounded=0;orthogonalLoop=1;jettySize=auto;html=1;exitX=0.5;exitY=1;exitDx=0;exitDy=0;entryX=0.5;entryY=0;entryDx=0;entryDy=0;" target="oFjHocYzsXXTZ_MfrEBI-2">
          <mxGeometry relative="1" as="geometry" />
        </mxCell>
        <mxCell id="oFjHocYzsXXTZ_MfrEBI-1" parent="1" style="shape=module;align=left;spacingLeft=20;align=center;verticalAlign=top;whiteSpace=wrap;html=1;" value="&lt;div&gt;&lt;br&gt;&lt;/div&gt;Модуль пользователского&lt;div&gt;&amp;nbsp;&lt;span style=&quot;background-color: transparent; color: light-dark(rgb(0, 0, 0), rgb(255, 255, 255));&quot;&gt;интерфейса&lt;/span&gt;&lt;/div&gt;" vertex="1">
          <mxGeometry height="70" width="190" x="216.25" y="160" as="geometry" />
        </mxCell>
        <mxCell id="oFjHocYzsXXTZ_MfrEBI-6" edge="1" parent="1" source="oFjHocYzsXXTZ_MfrEBI-2" style="edgeStyle=orthogonalEdgeStyle;rounded=0;orthogonalLoop=1;jettySize=auto;html=1;exitX=0.5;exitY=1;exitDx=0;exitDy=0;entryX=0.5;entryY=0;entryDx=0;entryDy=0;" target="oFjHocYzsXXTZ_MfrEBI-3">
          <mxGeometry relative="1" as="geometry" />
        </mxCell>
        <mxCell id="oFjHocYzsXXTZ_MfrEBI-7" edge="1" parent="1" source="oFjHocYzsXXTZ_MfrEBI-2" style="edgeStyle=orthogonalEdgeStyle;rounded=0;orthogonalLoop=1;jettySize=auto;html=1;exitX=0.5;exitY=1;exitDx=0;exitDy=0;entryX=0.5;entryY=0;entryDx=0;entryDy=0;" target="oFjHocYzsXXTZ_MfrEBI-4">
          <mxGeometry relative="1" as="geometry" />
        </mxCell>
        <mxCell id="oFjHocYzsXXTZ_MfrEBI-2" parent="1" style="shape=module;align=left;spacingLeft=20;align=center;verticalAlign=top;whiteSpace=wrap;html=1;" value="Модуль обнаружения&amp;nbsp;&lt;br/&gt;&lt;span class=&quot;fontstyle0&quot;&gt;фальсифицированного фрагмента&lt;/span&gt;" vertex="1">
          <mxGeometry height="60" width="182.5" x="220" y="280" as="geometry" />
        </mxCell>
        <mxCell id="oFjHocYzsXXTZ_MfrEBI-3" parent="1" style="shape=module;align=left;spacingLeft=20;align=center;verticalAlign=top;whiteSpace=wrap;html=1;" value="&lt;div&gt;&lt;br&gt;&lt;/div&gt;Модуль сохранения и загрузки модели" vertex="1">
          <mxGeometry height="60" width="182.5" x="100" y="390" as="geometry" />
        </mxCell>
        <mxCell id="oFjHocYzsXXTZ_MfrEBI-4" parent="1" style="shape=module;align=left;spacingLeft=20;align=center;verticalAlign=top;whiteSpace=wrap;html=1;" value="&lt;div&gt;&lt;br&gt;&lt;/div&gt;Модуль предобработки изображения" vertex="1">
          <mxGeometry height="60" width="182.5" x="340" y="390" as="geometry" />
        </mxCell>
      </root>
    </mxGraphModel>
  </diagram>
  <diagram id="dR8yqoCoaHs0S5KFE9N_" name="Page-8">
    <mxGraphModel dx="1349" dy="791" grid="1" gridSize="10" guides="1" tooltips="1" connect="1" arrows="1" fold="1" page="1" pageScale="1" pageWidth="827" pageHeight="1169" math="0" shadow="0">
      <root>
        <mxCell id="0" />
        <mxCell id="1" parent="0" />
        <mxCell id="8daXr4uBHaKk01EAT18p-33" edge="1" parent="1" source="8daXr4uBHaKk01EAT18p-1" style="edgeStyle=orthogonalEdgeStyle;rounded=0;orthogonalLoop=1;jettySize=auto;html=1;curved=0;endArrow=classicThin;endFill=1;" target="8daXr4uBHaKk01EAT18p-2" value="">
          <mxGeometry relative="1" as="geometry" />
        </mxCell>
        <mxCell id="8daXr4uBHaKk01EAT18p-1" parent="1" style="html=1;points=[[0,0,0,0,5],[0,1,0,0,-5],[1,0,0,0,5],[1,1,0,0,-5]];perimeter=orthogonalPerimeter;outlineConnect=0;targetShapes=umlLifeline;portConstraint=eastwest;newEdgeStyle={&quot;curved&quot;:0,&quot;rounded&quot;:0};fillColor=#1ba1e2;fontColor=#ffffff;strokeColor=#006EAF;" value="" vertex="1">
          <mxGeometry height="120" width="10" x="120" y="40" as="geometry" />
        </mxCell>
        <mxCell id="8daXr4uBHaKk01EAT18p-34" edge="1" parent="1" source="8daXr4uBHaKk01EAT18p-2" style="edgeStyle=orthogonalEdgeStyle;rounded=0;orthogonalLoop=1;jettySize=auto;html=1;curved=0;endArrow=classicThin;endFill=1;" target="8daXr4uBHaKk01EAT18p-4" value="">
          <mxGeometry relative="1" as="geometry" />
        </mxCell>
        <mxCell id="8daXr4uBHaKk01EAT18p-2" parent="1" style="html=1;points=[[0,0,0,0,5],[0,1,0,0,-5],[1,0,0,0,5],[1,1,0,0,-5]];perimeter=orthogonalPerimeter;outlineConnect=0;targetShapes=umlLifeline;portConstraint=eastwest;newEdgeStyle={&quot;curved&quot;:0,&quot;rounded&quot;:0};fillColor=#60a917;fontColor=#ffffff;strokeColor=#2D7600;" value="" vertex="1">
          <mxGeometry height="120" width="10" x="150" y="40" as="geometry" />
        </mxCell>
        <mxCell id="8daXr4uBHaKk01EAT18p-35" edge="1" parent="1" source="8daXr4uBHaKk01EAT18p-4" style="edgeStyle=orthogonalEdgeStyle;rounded=0;orthogonalLoop=1;jettySize=auto;html=1;curved=0;endArrow=classicThin;endFill=1;" target="8daXr4uBHaKk01EAT18p-7" value="">
          <mxGeometry relative="1" as="geometry" />
        </mxCell>
        <mxCell id="8daXr4uBHaKk01EAT18p-4" parent="1" style="html=1;points=[[0,0,0,0,5],[0,1,0,0,-5],[1,0,0,0,5],[1,1,0,0,-5]];perimeter=orthogonalPerimeter;outlineConnect=0;targetShapes=umlLifeline;portConstraint=eastwest;newEdgeStyle={&quot;curved&quot;:0,&quot;rounded&quot;:0};fillColor=#1ba1e2;fontColor=#ffffff;strokeColor=#006EAF;" value="" vertex="1">
          <mxGeometry height="100" width="10" x="190" y="50" as="geometry" />
        </mxCell>
        <mxCell id="8daXr4uBHaKk01EAT18p-36" edge="1" parent="1" source="8daXr4uBHaKk01EAT18p-7" style="edgeStyle=orthogonalEdgeStyle;rounded=0;orthogonalLoop=1;jettySize=auto;html=1;curved=0;endArrow=classicThin;endFill=1;" target="8daXr4uBHaKk01EAT18p-9" value="">
          <mxGeometry relative="1" as="geometry" />
        </mxCell>
        <mxCell id="8daXr4uBHaKk01EAT18p-7" parent="1" style="html=1;points=[[0,0,0,0,5],[0,1,0,0,-5],[1,0,0,0,5],[1,1,0,0,-5]];perimeter=orthogonalPerimeter;outlineConnect=0;targetShapes=umlLifeline;portConstraint=eastwest;newEdgeStyle={&quot;curved&quot;:0,&quot;rounded&quot;:0};fillColor=#60a917;fontColor=#ffffff;strokeColor=#2D7600;" value="" vertex="1">
          <mxGeometry height="100" width="10" x="220" y="50" as="geometry" />
        </mxCell>
        <mxCell id="8daXr4uBHaKk01EAT18p-38" edge="1" parent="1" source="8daXr4uBHaKk01EAT18p-9" style="edgeStyle=orthogonalEdgeStyle;rounded=0;orthogonalLoop=1;jettySize=auto;html=1;curved=0;endArrow=classicThin;endFill=1;" target="8daXr4uBHaKk01EAT18p-10" value="">
          <mxGeometry relative="1" as="geometry" />
        </mxCell>
        <mxCell id="8daXr4uBHaKk01EAT18p-9" parent="1" style="html=1;points=[[0,0,0,0,5],[0,1,0,0,-5],[1,0,0,0,5],[1,1,0,0,-5]];perimeter=orthogonalPerimeter;outlineConnect=0;targetShapes=umlLifeline;portConstraint=eastwest;newEdgeStyle={&quot;curved&quot;:0,&quot;rounded&quot;:0};fillColor=#1ba1e2;fontColor=#ffffff;strokeColor=#006EAF;" value="" vertex="1">
          <mxGeometry height="80" width="10" x="260" y="60" as="geometry" />
        </mxCell>
        <mxCell id="8daXr4uBHaKk01EAT18p-37" edge="1" parent="1" source="8daXr4uBHaKk01EAT18p-10" style="edgeStyle=orthogonalEdgeStyle;rounded=0;orthogonalLoop=1;jettySize=auto;html=1;curved=0;endArrow=classicThin;endFill=1;" target="8daXr4uBHaKk01EAT18p-13" value="">
          <mxGeometry relative="1" as="geometry" />
        </mxCell>
        <mxCell id="8daXr4uBHaKk01EAT18p-10" parent="1" style="html=1;points=[[0,0,0,0,5],[0,1,0,0,-5],[1,0,0,0,5],[1,1,0,0,-5]];perimeter=orthogonalPerimeter;outlineConnect=0;targetShapes=umlLifeline;portConstraint=eastwest;newEdgeStyle={&quot;curved&quot;:0,&quot;rounded&quot;:0};fillColor=#60a917;fontColor=#ffffff;strokeColor=#2D7600;" value="" vertex="1">
          <mxGeometry height="80" width="10" x="290" y="60" as="geometry" />
        </mxCell>
        <mxCell id="8daXr4uBHaKk01EAT18p-40" edge="1" parent="1" source="8daXr4uBHaKk01EAT18p-13" style="edgeStyle=orthogonalEdgeStyle;rounded=0;orthogonalLoop=1;jettySize=auto;html=1;curved=0;endArrow=classicThin;endFill=1;" target="8daXr4uBHaKk01EAT18p-14" value="">
          <mxGeometry relative="1" as="geometry" />
        </mxCell>
        <mxCell id="8daXr4uBHaKk01EAT18p-13" parent="1" style="html=1;points=[[0,0,0,0,5],[0,1,0,0,-5],[1,0,0,0,5],[1,1,0,0,-5]];perimeter=orthogonalPerimeter;outlineConnect=0;targetShapes=umlLifeline;portConstraint=eastwest;newEdgeStyle={&quot;curved&quot;:0,&quot;rounded&quot;:0};fillColor=#1ba1e2;fontColor=#ffffff;strokeColor=#006EAF;" value="" vertex="1">
          <mxGeometry height="60" width="10" x="330" y="70" as="geometry" />
        </mxCell>
        <mxCell id="8daXr4uBHaKk01EAT18p-14" parent="1" style="html=1;points=[[0,0,0,0,5],[0,1,0,0,-5],[1,0,0,0,5],[1,1,0,0,-5]];perimeter=orthogonalPerimeter;outlineConnect=0;targetShapes=umlLifeline;portConstraint=eastwest;newEdgeStyle={&quot;curved&quot;:0,&quot;rounded&quot;:0};fillColor=#60a917;fontColor=#ffffff;strokeColor=#2D7600;" value="" vertex="1">
          <mxGeometry height="60" width="10" x="360" y="70" as="geometry" />
        </mxCell>
        <mxCell id="8daXr4uBHaKk01EAT18p-41" edge="1" parent="1" source="8daXr4uBHaKk01EAT18p-42" style="edgeStyle=orthogonalEdgeStyle;rounded=0;orthogonalLoop=1;jettySize=auto;html=1;curved=0;strokeWidth=1;endArrow=classicThin;endFill=1;" target="8daXr4uBHaKk01EAT18p-44" value="">
          <mxGeometry relative="1" as="geometry" />
        </mxCell>
        <mxCell id="8daXr4uBHaKk01EAT18p-42" parent="1" style="html=1;points=[[0,0,0,0,5],[0,1,0,0,-5],[1,0,0,0,5],[1,1,0,0,-5]];perimeter=orthogonalPerimeter;outlineConnect=0;targetShapes=umlLifeline;portConstraint=eastwest;newEdgeStyle={&quot;curved&quot;:0,&quot;rounded&quot;:0};fillColor=#1ba1e2;fontColor=#ffffff;strokeColor=#006EAF;" value="" vertex="1">
          <mxGeometry height="120" width="10" x="120" y="320" as="geometry" />
        </mxCell>
        <mxCell id="8daXr4uBHaKk01EAT18p-43" edge="1" parent="1" source="8daXr4uBHaKk01EAT18p-44" style="edgeStyle=orthogonalEdgeStyle;rounded=0;orthogonalLoop=1;jettySize=auto;html=1;curved=0;endArrow=classicThin;endFill=1;" target="8daXr4uBHaKk01EAT18p-46" value="">
          <mxGeometry relative="1" as="geometry" />
        </mxCell>
        <mxCell id="8daXr4uBHaKk01EAT18p-44" parent="1" style="html=1;points=[[0,0,0,0,5],[0,1,0,0,-5],[1,0,0,0,5],[1,1,0,0,-5]];perimeter=orthogonalPerimeter;outlineConnect=0;targetShapes=umlLifeline;portConstraint=eastwest;newEdgeStyle={&quot;curved&quot;:0,&quot;rounded&quot;:0};fillColor=#60a917;fontColor=#ffffff;strokeColor=#2D7600;" value="" vertex="1">
          <mxGeometry height="120" width="10" x="150" y="320" as="geometry" />
        </mxCell>
        <mxCell id="8daXr4uBHaKk01EAT18p-45" edge="1" parent="1" source="8daXr4uBHaKk01EAT18p-46" style="edgeStyle=orthogonalEdgeStyle;rounded=0;orthogonalLoop=1;jettySize=auto;html=1;curved=0;endArrow=classicThin;endFill=1;" target="8daXr4uBHaKk01EAT18p-48" value="">
          <mxGeometry relative="1" as="geometry" />
        </mxCell>
        <mxCell id="8daXr4uBHaKk01EAT18p-46" parent="1" style="html=1;points=[[0,0,0,0,5],[0,1,0,0,-5],[1,0,0,0,5],[1,1,0,0,-5]];perimeter=orthogonalPerimeter;outlineConnect=0;targetShapes=umlLifeline;portConstraint=eastwest;newEdgeStyle={&quot;curved&quot;:0,&quot;rounded&quot;:0};fillColor=#1ba1e2;fontColor=#ffffff;strokeColor=#006EAF;" value="" vertex="1">
          <mxGeometry height="100" width="10" x="190" y="330" as="geometry" />
        </mxCell>
        <mxCell id="8daXr4uBHaKk01EAT18p-47" edge="1" parent="1" source="8daXr4uBHaKk01EAT18p-48" style="edgeStyle=orthogonalEdgeStyle;rounded=0;orthogonalLoop=1;jettySize=auto;html=1;curved=0;endArrow=classicThin;endFill=1;" target="8daXr4uBHaKk01EAT18p-50" value="">
          <mxGeometry relative="1" as="geometry" />
        </mxCell>
        <mxCell id="8daXr4uBHaKk01EAT18p-48" parent="1" style="html=1;points=[[0,0,0,0,5],[0,1,0,0,-5],[1,0,0,0,5],[1,1,0,0,-5]];perimeter=orthogonalPerimeter;outlineConnect=0;targetShapes=umlLifeline;portConstraint=eastwest;newEdgeStyle={&quot;curved&quot;:0,&quot;rounded&quot;:0};fillColor=#60a917;fontColor=#ffffff;strokeColor=#2D7600;" value="" vertex="1">
          <mxGeometry height="100" width="10" x="220" y="330" as="geometry" />
        </mxCell>
        <mxCell id="8daXr4uBHaKk01EAT18p-49" edge="1" parent="1" source="8daXr4uBHaKk01EAT18p-50" style="edgeStyle=orthogonalEdgeStyle;rounded=0;orthogonalLoop=1;jettySize=auto;html=1;curved=0;endArrow=classicThin;endFill=1;" target="8daXr4uBHaKk01EAT18p-52" value="">
          <mxGeometry relative="1" as="geometry" />
        </mxCell>
        <mxCell id="8daXr4uBHaKk01EAT18p-50" parent="1" style="html=1;points=[[0,0,0,0,5],[0,1,0,0,-5],[1,0,0,0,5],[1,1,0,0,-5]];perimeter=orthogonalPerimeter;outlineConnect=0;targetShapes=umlLifeline;portConstraint=eastwest;newEdgeStyle={&quot;curved&quot;:0,&quot;rounded&quot;:0};fillColor=#1ba1e2;fontColor=#ffffff;strokeColor=#006EAF;" value="" vertex="1">
          <mxGeometry height="80" width="10" x="260" y="340" as="geometry" />
        </mxCell>
        <mxCell id="8daXr4uBHaKk01EAT18p-51" edge="1" parent="1" source="8daXr4uBHaKk01EAT18p-52" style="edgeStyle=orthogonalEdgeStyle;rounded=0;orthogonalLoop=1;jettySize=auto;html=1;curved=0;endArrow=classicThin;endFill=1;" target="8daXr4uBHaKk01EAT18p-54" value="">
          <mxGeometry relative="1" as="geometry" />
        </mxCell>
        <mxCell id="8daXr4uBHaKk01EAT18p-52" parent="1" style="html=1;points=[[0,0,0,0,5],[0,1,0,0,-5],[1,0,0,0,5],[1,1,0,0,-5]];perimeter=orthogonalPerimeter;outlineConnect=0;targetShapes=umlLifeline;portConstraint=eastwest;newEdgeStyle={&quot;curved&quot;:0,&quot;rounded&quot;:0};fillColor=#60a917;fontColor=#ffffff;strokeColor=#2D7600;" value="" vertex="1">
          <mxGeometry height="80" width="10" x="290" y="340" as="geometry" />
        </mxCell>
        <mxCell id="8daXr4uBHaKk01EAT18p-53" edge="1" parent="1" source="8daXr4uBHaKk01EAT18p-54" style="edgeStyle=orthogonalEdgeStyle;rounded=0;orthogonalLoop=1;jettySize=auto;html=1;curved=0;endArrow=classicThin;endFill=1;" target="8daXr4uBHaKk01EAT18p-55" value="">
          <mxGeometry relative="1" as="geometry" />
        </mxCell>
        <mxCell id="8daXr4uBHaKk01EAT18p-54" parent="1" style="html=1;points=[[0,0,0,0,5],[0,1,0,0,-5],[1,0,0,0,5],[1,1,0,0,-5]];perimeter=orthogonalPerimeter;outlineConnect=0;targetShapes=umlLifeline;portConstraint=eastwest;newEdgeStyle={&quot;curved&quot;:0,&quot;rounded&quot;:0};fillColor=#1ba1e2;fontColor=#ffffff;strokeColor=#006EAF;" value="" vertex="1">
          <mxGeometry height="60" width="10" x="330" y="350" as="geometry" />
        </mxCell>
        <mxCell id="8daXr4uBHaKk01EAT18p-58" edge="1" parent="1" source="8daXr4uBHaKk01EAT18p-55" style="edgeStyle=orthogonalEdgeStyle;rounded=0;orthogonalLoop=1;jettySize=auto;html=1;curved=0;endArrow=classicThin;endFill=1;" target="8daXr4uBHaKk01EAT18p-56" value="">
          <mxGeometry relative="1" as="geometry" />
        </mxCell>
        <mxCell id="8daXr4uBHaKk01EAT18p-55" parent="1" style="html=1;points=[[0,0,0,0,5],[0,1,0,0,-5],[1,0,0,0,5],[1,1,0,0,-5]];perimeter=orthogonalPerimeter;outlineConnect=0;targetShapes=umlLifeline;portConstraint=eastwest;newEdgeStyle={&quot;curved&quot;:0,&quot;rounded&quot;:0};fillColor=#60a917;fontColor=#ffffff;strokeColor=#2D7600;" value="" vertex="1">
          <mxGeometry height="60" width="10" x="360" y="350" as="geometry" />
        </mxCell>
        <mxCell id="8daXr4uBHaKk01EAT18p-66" edge="1" parent="1" source="8daXr4uBHaKk01EAT18p-56" style="edgeStyle=orthogonalEdgeStyle;rounded=0;orthogonalLoop=1;jettySize=auto;html=1;curved=0;endArrow=classicThin;endFill=1;" target="8daXr4uBHaKk01EAT18p-59" value="">
          <mxGeometry relative="1" as="geometry" />
        </mxCell>
        <mxCell id="8daXr4uBHaKk01EAT18p-56" parent="1" style="html=1;points=[[0,0,0,0,5],[0,1,0,0,-5],[1,0,0,0,5],[1,1,0,0,-5]];perimeter=orthogonalPerimeter;outlineConnect=0;targetShapes=umlLifeline;portConstraint=eastwest;newEdgeStyle={&quot;curved&quot;:0,&quot;rounded&quot;:0};fillColor=#1ba1e2;fontColor=#ffffff;strokeColor=#006EAF;" value="" vertex="1">
          <mxGeometry height="40" width="10" x="393" y="360" as="geometry" />
        </mxCell>
        <mxCell id="cjkqEoh7EcMHd3jgbWop-11" edge="1" parent="1" source="8daXr4uBHaKk01EAT18p-59" style="edgeStyle=orthogonalEdgeStyle;rounded=0;orthogonalLoop=1;jettySize=auto;html=1;curved=0;entryX=0.5;entryY=0;entryDx=0;entryDy=0;endArrow=classicThin;endFill=1;" target="bwXyOgaKMVZry6liIn7u-1" value="">
          <mxGeometry relative="1" as="geometry" />
        </mxCell>
        <mxCell id="8daXr4uBHaKk01EAT18p-59" parent="1" style="html=1;points=[[0,0,0,0,5],[0,1,0,0,-5],[1,0,0,0,5],[1,1,0,0,-5]];perimeter=orthogonalPerimeter;outlineConnect=0;targetShapes=umlLifeline;portConstraint=eastwest;newEdgeStyle={&quot;curved&quot;:0,&quot;rounded&quot;:0};fillColor=light-dark(#6A00FF,#FFF070);fontColor=#ffffff;strokeColor=#3700CC;" value="" vertex="1">
          <mxGeometry height="60" width="10" x="417" y="350" as="geometry" />
        </mxCell>
        <mxCell id="8daXr4uBHaKk01EAT18p-69" edge="1" parent="1" source="8daXr4uBHaKk01EAT18p-60" style="edgeStyle=orthogonalEdgeStyle;rounded=0;orthogonalLoop=1;jettySize=auto;html=1;curved=0;endArrow=classicThin;endFill=1;" target="8daXr4uBHaKk01EAT18p-61" value="">
          <mxGeometry relative="1" as="geometry" />
        </mxCell>
        <mxCell id="8daXr4uBHaKk01EAT18p-60" parent="1" style="html=1;points=[[0,0,0,0,5],[0,1,0,0,-5],[1,0,0,0,5],[1,1,0,0,-5]];perimeter=orthogonalPerimeter;outlineConnect=0;targetShapes=umlLifeline;portConstraint=eastwest;newEdgeStyle={&quot;curved&quot;:0,&quot;rounded&quot;:0};fillColor=#1ba1e2;fontColor=#ffffff;strokeColor=#006EAF;" value="" vertex="1">
          <mxGeometry height="60" width="10" x="479.5" y="350" as="geometry" />
        </mxCell>
        <mxCell id="cjkqEoh7EcMHd3jgbWop-10" edge="1" parent="1" source="8daXr4uBHaKk01EAT18p-61" style="edgeStyle=orthogonalEdgeStyle;rounded=0;orthogonalLoop=1;jettySize=auto;html=1;curved=0;entryX=0.5;entryY=0;entryDx=0;entryDy=0;endArrow=classicThin;endFill=1;" target="cjkqEoh7EcMHd3jgbWop-1" value="">
          <mxGeometry relative="1" as="geometry" />
        </mxCell>
        <mxCell id="8daXr4uBHaKk01EAT18p-61" parent="1" style="html=1;points=[[0,0,0,0,5],[0,1,0,0,-5],[1,0,0,0,5],[1,1,0,0,-5]];perimeter=orthogonalPerimeter;outlineConnect=0;targetShapes=umlLifeline;portConstraint=eastwest;newEdgeStyle={&quot;curved&quot;:0,&quot;rounded&quot;:0};fillColor=light-dark(#6A00FF,#FFF070);fontColor=#ffffff;strokeColor=#3700CC;" value="" vertex="1">
          <mxGeometry height="80" width="10" x="509.5" y="340" as="geometry" />
        </mxCell>
        <mxCell id="cjkqEoh7EcMHd3jgbWop-12" edge="1" parent="1" source="8daXr4uBHaKk01EAT18p-62" style="edgeStyle=orthogonalEdgeStyle;rounded=0;orthogonalLoop=1;jettySize=auto;html=1;curved=0;endArrow=classicThin;endFill=1;" target="8daXr4uBHaKk01EAT18p-63" value="">
          <mxGeometry relative="1" as="geometry" />
        </mxCell>
        <mxCell id="8daXr4uBHaKk01EAT18p-62" parent="1" style="html=1;points=[[0,0,0,0,5],[0,1,0,0,-5],[1,0,0,0,5],[1,1,0,0,-5]];perimeter=orthogonalPerimeter;outlineConnect=0;targetShapes=umlLifeline;portConstraint=eastwest;newEdgeStyle={&quot;curved&quot;:0,&quot;rounded&quot;:0};fillColor=#1ba1e2;fontColor=#ffffff;strokeColor=#006EAF;" value="" vertex="1">
          <mxGeometry height="80" width="10" x="559.5" y="340" as="geometry" />
        </mxCell>
        <mxCell id="cjkqEoh7EcMHd3jgbWop-13" edge="1" parent="1" source="8daXr4uBHaKk01EAT18p-63" style="edgeStyle=orthogonalEdgeStyle;rounded=0;orthogonalLoop=1;jettySize=auto;html=1;curved=0;entryX=0.5;entryY=0;entryDx=0;entryDy=0;endArrow=classicThin;endFill=1;" target="cjkqEoh7EcMHd3jgbWop-2" value="">
          <mxGeometry relative="1" as="geometry" />
        </mxCell>
        <mxCell id="8daXr4uBHaKk01EAT18p-63" parent="1" style="html=1;points=[[0,0,0,0,5],[0,1,0,0,-5],[1,0,0,0,5],[1,1,0,0,-5]];perimeter=orthogonalPerimeter;outlineConnect=0;targetShapes=umlLifeline;portConstraint=eastwest;newEdgeStyle={&quot;curved&quot;:0,&quot;rounded&quot;:0};fillColor=light-dark(#6A00FF,#FFF070);fontColor=#ffffff;strokeColor=#3700CC;" value="" vertex="1">
          <mxGeometry height="100" width="10" x="589.5" y="330" as="geometry" />
        </mxCell>
        <mxCell id="8daXr4uBHaKk01EAT18p-73" edge="1" parent="1" source="8daXr4uBHaKk01EAT18p-64" style="edgeStyle=orthogonalEdgeStyle;rounded=0;orthogonalLoop=1;jettySize=auto;html=1;curved=0;endArrow=classicThin;endFill=1;" target="8daXr4uBHaKk01EAT18p-65" value="">
          <mxGeometry relative="1" as="geometry">
            <mxPoint x="749.5" y="380.0000000000001" as="targetPoint" />
          </mxGeometry>
        </mxCell>
        <mxCell id="8daXr4uBHaKk01EAT18p-64" parent="1" style="html=1;points=[[0,0,0,0,5],[0,1,0,0,-5],[1,0,0,0,5],[1,1,0,0,-5]];perimeter=orthogonalPerimeter;outlineConnect=0;targetShapes=umlLifeline;portConstraint=eastwest;newEdgeStyle={&quot;curved&quot;:0,&quot;rounded&quot;:0};fillColor=#1ba1e2;fontColor=#ffffff;strokeColor=#006EAF;" value="" vertex="1">
          <mxGeometry height="100" width="10" x="655.5" y="330" as="geometry" />
        </mxCell>
        <mxCell id="cjkqEoh7EcMHd3jgbWop-16" edge="1" parent="1" source="8daXr4uBHaKk01EAT18p-65" style="edgeStyle=orthogonalEdgeStyle;rounded=0;orthogonalLoop=1;jettySize=auto;html=1;curved=0;entryX=0.5;entryY=0;entryDx=0;entryDy=0;endArrow=classicThin;endFill=1;" target="cjkqEoh7EcMHd3jgbWop-3" value="">
          <mxGeometry relative="1" as="geometry" />
        </mxCell>
        <mxCell id="8daXr4uBHaKk01EAT18p-65" parent="1" style="html=1;points=[[0,0,0,0,5],[0,1,0,0,-5],[1,0,0,0,5],[1,1,0,0,-5]];perimeter=orthogonalPerimeter;outlineConnect=0;targetShapes=umlLifeline;portConstraint=eastwest;newEdgeStyle={&quot;curved&quot;:0,&quot;rounded&quot;:0};fillColor=light-dark(#6A00FF,#FFF070);fontColor=#ffffff;strokeColor=#3700CC;" value="" vertex="1">
          <mxGeometry height="120" width="10" x="683.5" y="320" as="geometry" />
        </mxCell>
        <mxCell id="8daXr4uBHaKk01EAT18p-75" parent="1" style="html=1;points=[[0,0,0,0,5],[0,1,0,0,-5],[1,0,0,0,5],[1,1,0,0,-5]];perimeter=orthogonalPerimeter;outlineConnect=0;targetShapes=umlLifeline;portConstraint=eastwest;newEdgeStyle={&quot;curved&quot;:0,&quot;rounded&quot;:0};fillColor=#1ba1e2;fontColor=#ffffff;strokeColor=#006EAF;" value="" vertex="1">
          <mxGeometry height="120" width="10" x="749.5" y="320" as="geometry" />
        </mxCell>
        <mxCell id="cjkqEoh7EcMHd3jgbWop-5" edge="1" parent="1" source="bwXyOgaKMVZry6liIn7u-1" style="edgeStyle=orthogonalEdgeStyle;rounded=0;orthogonalLoop=1;jettySize=auto;html=1;exitX=0.5;exitY=1;exitDx=0;exitDy=0;endArrow=classicThin;endFill=1;" target="8daXr4uBHaKk01EAT18p-60">
          <mxGeometry relative="1" as="geometry" />
        </mxCell>
        <mxCell id="bwXyOgaKMVZry6liIn7u-1" parent="1" style="rounded=0;whiteSpace=wrap;html=1;fontFamily=Times New Roman;rotation=-90;fontSize=13;" value="Слой внимания" vertex="1">
          <mxGeometry height="15" width="100" x="403" y="372.5" as="geometry" />
        </mxCell>
        <mxCell id="cjkqEoh7EcMHd3jgbWop-6" edge="1" parent="1" source="cjkqEoh7EcMHd3jgbWop-1" style="edgeStyle=orthogonalEdgeStyle;rounded=0;orthogonalLoop=1;jettySize=auto;html=1;exitX=0.5;exitY=1;exitDx=0;exitDy=0;endArrow=classicThin;endFill=1;" target="8daXr4uBHaKk01EAT18p-62">
          <mxGeometry relative="1" as="geometry" />
        </mxCell>
        <mxCell id="cjkqEoh7EcMHd3jgbWop-1" parent="1" style="rounded=0;whiteSpace=wrap;html=1;fontFamily=Times New Roman;rotation=-90;fontSize=13;" value="Слой внимания" vertex="1">
          <mxGeometry height="15" width="100" x="489.5" y="372.5" as="geometry" />
        </mxCell>
        <mxCell id="cjkqEoh7EcMHd3jgbWop-15" edge="1" parent="1" source="cjkqEoh7EcMHd3jgbWop-2" style="edgeStyle=orthogonalEdgeStyle;rounded=0;orthogonalLoop=1;jettySize=auto;html=1;exitX=0.5;exitY=1;exitDx=0;exitDy=0;endArrow=classicThin;endFill=1;" target="8daXr4uBHaKk01EAT18p-64">
          <mxGeometry relative="1" as="geometry" />
        </mxCell>
        <mxCell id="cjkqEoh7EcMHd3jgbWop-2" parent="1" style="rounded=0;whiteSpace=wrap;html=1;fontFamily=Times New Roman;rotation=-90;fontSize=13;" value="Слой внимания" vertex="1">
          <mxGeometry height="15" width="100" x="579.5" y="372.5" as="geometry" />
        </mxCell>
        <mxCell id="cjkqEoh7EcMHd3jgbWop-9" edge="1" parent="1" source="cjkqEoh7EcMHd3jgbWop-3" style="edgeStyle=orthogonalEdgeStyle;rounded=0;orthogonalLoop=1;jettySize=auto;html=1;exitX=0.5;exitY=1;exitDx=0;exitDy=0;endArrow=classicThin;endFill=1;" target="8daXr4uBHaKk01EAT18p-75">
          <mxGeometry relative="1" as="geometry">
            <mxPoint x="769.5" y="377.71428571428567" as="targetPoint" />
          </mxGeometry>
        </mxCell>
        <mxCell id="cjkqEoh7EcMHd3jgbWop-3" parent="1" style="rounded=0;whiteSpace=wrap;html=1;fontFamily=Times New Roman;rotation=-90;fontSize=13;" value="Слой внимания" vertex="1">
          <mxGeometry height="15" width="100" x="669.5" y="372.5" as="geometry" />
        </mxCell>
        <mxCell id="VoEnGIj5c5jQpnvZUe2X-6" edge="1" parent="1" source="VoEnGIj5c5jQpnvZUe2X-1" style="edgeStyle=orthogonalEdgeStyle;rounded=0;orthogonalLoop=1;jettySize=auto;html=1;exitX=0;exitY=0.5;exitDx=0;exitDy=0;endArrow=classicThin;endFill=1;" target="8daXr4uBHaKk01EAT18p-46">
          <mxGeometry relative="1" as="geometry">
            <Array as="points">
              <mxPoint x="170" y="290" />
              <mxPoint x="170" y="380" />
            </Array>
          </mxGeometry>
        </mxCell>
        <mxCell id="VoEnGIj5c5jQpnvZUe2X-15" edge="1" parent="1" source="VoEnGIj5c5jQpnvZUe2X-1" style="edgeStyle=orthogonalEdgeStyle;rounded=0;orthogonalLoop=1;jettySize=auto;html=1;exitX=1;exitY=0.5;exitDx=0;exitDy=0;startArrow=classicThin;startFill=1;endArrow=none;endFill=0;" target="8daXr4uBHaKk01EAT18p-2">
          <mxGeometry relative="1" as="geometry">
            <Array as="points">
              <mxPoint x="170" y="100" />
            </Array>
          </mxGeometry>
        </mxCell>
        <mxCell id="VoEnGIj5c5jQpnvZUe2X-1" parent="1" style="rounded=0;whiteSpace=wrap;html=1;fontFamily=Times New Roman;rotation=-90;fontSize=13;" value="&lt;font&gt;Слой адаптации признаков&lt;/font&gt;" vertex="1">
          <mxGeometry height="30" width="120" x="110" y="215" as="geometry" />
        </mxCell>
        <mxCell id="VoEnGIj5c5jQpnvZUe2X-7" edge="1" parent="1" source="VoEnGIj5c5jQpnvZUe2X-3" style="edgeStyle=orthogonalEdgeStyle;rounded=0;orthogonalLoop=1;jettySize=auto;html=1;exitX=0;exitY=0.5;exitDx=0;exitDy=0;endArrow=classicThin;endFill=1;" target="8daXr4uBHaKk01EAT18p-50">
          <mxGeometry relative="1" as="geometry">
            <Array as="points">
              <mxPoint x="240" y="380" />
            </Array>
          </mxGeometry>
        </mxCell>
        <mxCell id="VoEnGIj5c5jQpnvZUe2X-3" parent="1" style="rounded=0;whiteSpace=wrap;html=1;fontFamily=Times New Roman;rotation=-90;fontSize=13;" value="&lt;font&gt;Слой адаптации признаков&lt;/font&gt;" vertex="1">
          <mxGeometry height="30" width="120" x="180" y="215" as="geometry" />
        </mxCell>
        <mxCell id="VoEnGIj5c5jQpnvZUe2X-8" edge="1" parent="1" source="VoEnGIj5c5jQpnvZUe2X-4" style="edgeStyle=orthogonalEdgeStyle;rounded=0;orthogonalLoop=1;jettySize=auto;html=1;exitX=0;exitY=0.5;exitDx=0;exitDy=0;endArrow=classicThin;endFill=1;" target="8daXr4uBHaKk01EAT18p-54">
          <mxGeometry relative="1" as="geometry">
            <Array as="points">
              <mxPoint x="310" y="290" />
              <mxPoint x="310" y="380" />
            </Array>
          </mxGeometry>
        </mxCell>
        <mxCell id="VoEnGIj5c5jQpnvZUe2X-4" parent="1" style="rounded=0;whiteSpace=wrap;html=1;fontFamily=Times New Roman;rotation=-90;fontSize=13;" value="&lt;font&gt;Слой адаптации признаков&lt;/font&gt;" vertex="1">
          <mxGeometry height="30" width="120" x="250" y="215" as="geometry" />
        </mxCell>
        <mxCell id="VoEnGIj5c5jQpnvZUe2X-14" edge="1" parent="1" source="VoEnGIj5c5jQpnvZUe2X-5" style="edgeStyle=orthogonalEdgeStyle;rounded=0;orthogonalLoop=1;jettySize=auto;html=1;exitX=0;exitY=0.5;exitDx=0;exitDy=0;" target="8daXr4uBHaKk01EAT18p-56">
          <mxGeometry relative="1" as="geometry">
            <Array as="points">
              <mxPoint x="380" y="380" />
            </Array>
          </mxGeometry>
        </mxCell>
        <mxCell id="VoEnGIj5c5jQpnvZUe2X-5" parent="1" style="rounded=0;whiteSpace=wrap;html=1;fontFamily=Times New Roman;rotation=-90;fontSize=13;" value="&lt;font&gt;Слой адаптации признаков&lt;/font&gt;" vertex="1">
          <mxGeometry height="30" width="120" x="320" y="215" as="geometry" />
        </mxCell>
        <mxCell id="VoEnGIj5c5jQpnvZUe2X-16" edge="1" parent="1" style="edgeStyle=orthogonalEdgeStyle;rounded=0;orthogonalLoop=1;jettySize=auto;html=1;exitX=1;exitY=0.5;exitDx=0;exitDy=0;startArrow=classicThin;startFill=1;endArrow=none;endFill=0;">
          <mxGeometry relative="1" as="geometry">
            <Array as="points">
              <mxPoint x="240" y="100" />
            </Array>
            <mxPoint x="240" y="170" as="sourcePoint" />
            <mxPoint x="230" y="100" as="targetPoint" />
          </mxGeometry>
        </mxCell>
        <mxCell id="VoEnGIj5c5jQpnvZUe2X-17" edge="1" parent="1" style="edgeStyle=orthogonalEdgeStyle;rounded=0;orthogonalLoop=1;jettySize=auto;html=1;exitX=1;exitY=0.5;exitDx=0;exitDy=0;startArrow=classicThin;startFill=1;endArrow=none;endFill=0;">
          <mxGeometry relative="1" as="geometry">
            <Array as="points">
              <mxPoint x="310" y="100" />
            </Array>
            <mxPoint x="310" y="170" as="sourcePoint" />
            <mxPoint x="300" y="100" as="targetPoint" />
          </mxGeometry>
        </mxCell>
        <mxCell id="VoEnGIj5c5jQpnvZUe2X-18" edge="1" parent="1" style="edgeStyle=orthogonalEdgeStyle;rounded=0;orthogonalLoop=1;jettySize=auto;html=1;exitX=1;exitY=0.5;exitDx=0;exitDy=0;startArrow=classicThin;startFill=1;endArrow=none;endFill=0;">
          <mxGeometry relative="1" as="geometry">
            <Array as="points">
              <mxPoint x="380" y="100" />
            </Array>
            <mxPoint x="380" y="170" as="sourcePoint" />
            <mxPoint x="370" y="100" as="targetPoint" />
          </mxGeometry>
        </mxCell>
        <mxCell id="94-VbdDaOPCBQgJY7Qs1-2" edge="1" parent="1" source="94-VbdDaOPCBQgJY7Qs1-1" style="edgeStyle=orthogonalEdgeStyle;rounded=0;orthogonalLoop=1;jettySize=auto;html=1;exitX=1;exitY=0.5;exitDx=0;exitDy=0;" target="8daXr4uBHaKk01EAT18p-1">
          <mxGeometry relative="1" as="geometry" />
        </mxCell>
        <mxCell id="94-VbdDaOPCBQgJY7Qs1-1" parent="1" style="rounded=0;whiteSpace=wrap;html=1;fontFamily=Times New Roman;" value="Карта шумовых признаков" vertex="1">
          <mxGeometry height="60" width="90" x="10" y="70" as="geometry" />
        </mxCell>
        <mxCell id="_dm6HBjHeGQdMWRJrna0-2" edge="1" parent="1" source="_dm6HBjHeGQdMWRJrna0-1" style="edgeStyle=orthogonalEdgeStyle;rounded=0;orthogonalLoop=1;jettySize=auto;html=1;exitX=1;exitY=0.5;exitDx=0;exitDy=0;" target="8daXr4uBHaKk01EAT18p-42">
          <mxGeometry relative="1" as="geometry" />
        </mxCell>
        <mxCell id="_dm6HBjHeGQdMWRJrna0-1" parent="1" style="rounded=0;whiteSpace=wrap;html=1;fontFamily=Times New Roman;fontSize=12;" value="&lt;font&gt;Нормализованное изображение&lt;/font&gt;" vertex="1">
          <mxGeometry height="60" width="100" y="350" as="geometry" />
        </mxCell>
        <mxCell id="_dm6HBjHeGQdMWRJrna0-6" parent="1" style="html=1;points=[[0,0,0,0,5],[0,1,0,0,-5],[1,0,0,0,5],[1,1,0,0,-5]];perimeter=orthogonalPerimeter;outlineConnect=0;targetShapes=umlLifeline;portConstraint=eastwest;newEdgeStyle={&quot;curved&quot;:0,&quot;rounded&quot;:0};fillColor=#1ba1e2;fontColor=#ffffff;strokeColor=#006EAF;" value="" vertex="1">
          <mxGeometry height="60" width="10" x="519.5" y="40" as="geometry" />
        </mxCell>
        <mxCell id="_dm6HBjHeGQdMWRJrna0-7" parent="1" style="html=1;points=[[0,0,0,0,5],[0,1,0,0,-5],[1,0,0,0,5],[1,1,0,0,-5]];perimeter=orthogonalPerimeter;outlineConnect=0;targetShapes=umlLifeline;portConstraint=eastwest;newEdgeStyle={&quot;curved&quot;:0,&quot;rounded&quot;:0};fillColor=#60a917;fontColor=#ffffff;strokeColor=#2D7600;" value="" vertex="1">
          <mxGeometry height="60" width="10" x="519.5" y="110" as="geometry" />
        </mxCell>
        <mxCell id="_dm6HBjHeGQdMWRJrna0-8" parent="1" style="html=1;points=[[0,0,0,0,5],[0,1,0,0,-5],[1,0,0,0,5],[1,1,0,0,-5]];perimeter=orthogonalPerimeter;outlineConnect=0;targetShapes=umlLifeline;portConstraint=eastwest;newEdgeStyle={&quot;curved&quot;:0,&quot;rounded&quot;:0};fillColor=light-dark(#6A00FF,#FFF070);fontColor=#ffffff;strokeColor=#3700CC;" value="" vertex="1">
          <mxGeometry height="60" width="10" x="519.5" y="185" as="geometry" />
        </mxCell>
        <mxCell id="_dm6HBjHeGQdMWRJrna0-9" parent="1" style="text;html=1;whiteSpace=wrap;strokeColor=none;fillColor=none;align=center;verticalAlign=middle;rounded=0;fontSize=14;fontFamily=Times New Roman;" value="&lt;span style=&quot;&quot;&gt;&lt;font style=&quot;font-size: 16px;&quot;&gt;Блок свертки&lt;/font&gt;&lt;/span&gt;" vertex="1">
          <mxGeometry height="30" width="120" x="529.5" y="55" as="geometry" />
        </mxCell>
        <mxCell id="pYlMOHZqyHbycdixDB_S-1" parent="1" style="text;html=1;whiteSpace=wrap;strokeColor=none;fillColor=none;align=center;verticalAlign=middle;rounded=0;fontSize=14;fontFamily=Times New Roman;" value="&lt;font&gt;Слой увеличения размерности&lt;/font&gt;" vertex="1">
          <mxGeometry height="45" width="190" x="540" y="192.5" as="geometry" />
        </mxCell>
        <mxCell id="pYlMOHZqyHbycdixDB_S-2" parent="1" style="text;html=1;whiteSpace=wrap;strokeColor=none;fillColor=none;align=center;verticalAlign=middle;rounded=0;fontSize=14;fontFamily=Times New Roman;" value="&lt;font&gt;Слой&amp;nbsp;уменьшения размерности&lt;/font&gt;" vertex="1">
          <mxGeometry height="45" width="190" x="540" y="117.5" as="geometry" />
        </mxCell>
        <mxCell id="pYlMOHZqyHbycdixDB_S-3" parent="1" style="rounded=0;whiteSpace=wrap;html=1;fillColor=none;" value="" vertex="1">
          <mxGeometry height="230" width="250" x="489.5" y="25" as="geometry" />
        </mxCell>
      </root>
    </mxGraphModel>
  </diagram>
</mxfile>
